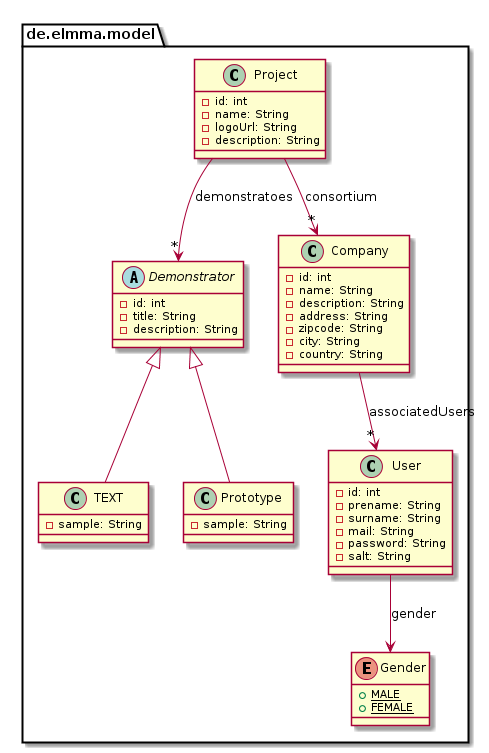
Above: elmma/elmma-model/diagrams/de.elmma.model.package.png in swillrich/eimma (PlantUML), before the change.
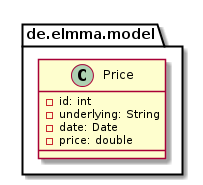
The same file after the commit.

Change to the diagram source:
```diff
@@ -2,69 +2,13 @@
 
     namespace de.elmma.model {
 
-        class User {
-            [[../../../de/elmma/model/User.html]]
+        class Price {
+            [[../../../de/elmma/model/Price.html]]
             -id: int
-            -prename: String
-            -surname: String
-            -mail: String
-            -password: String
-            -salt: String
+            -underlying: String
+            -date: Date
+            -price: double
         }
-
-        class TEXT {
-            [[../../../de/elmma/model/TEXT.html]]
-            -sample: String
-        }
-
-        class Prototype {
-            [[../../../de/elmma/model/Prototype.html]]
-            -sample: String
-        }
-
-        class Project {
-            [[../../../de/elmma/model/Project.html]]
-            -id: int
-            -name: String
-            -logoUrl: String
-            -description: String
-        }
-
-        enum Gender {
-            [[../../../de/elmma/model/Gender.html]]
-            {static} +MALE
-            {static} +FEMALE
-        }
-
-        abstract class Demonstrator {
-            [[../../../de/elmma/model/Demonstrator.html]]
-            -id: int
-            -title: String
-            -description: String
-        }
-
-        class Company {
-            [[../../../de/elmma/model/Company.html]]
-            -id: int
-            -name: String
-            -description: String
-            -address: String
-            -zipcode: String
-            -city: String
-            -country: String
-        }
-
-        Demonstrator <|-- TEXT
-
-        Demonstrator <|-- Prototype
-
-        User --> Gender: gender
-
-        Project --> "*" Company: consortium
-
-        Project --> "*" Demonstrator: demonstratoes
-
-        Company --> "*" User: associatedUsers
 
     }
 
```
